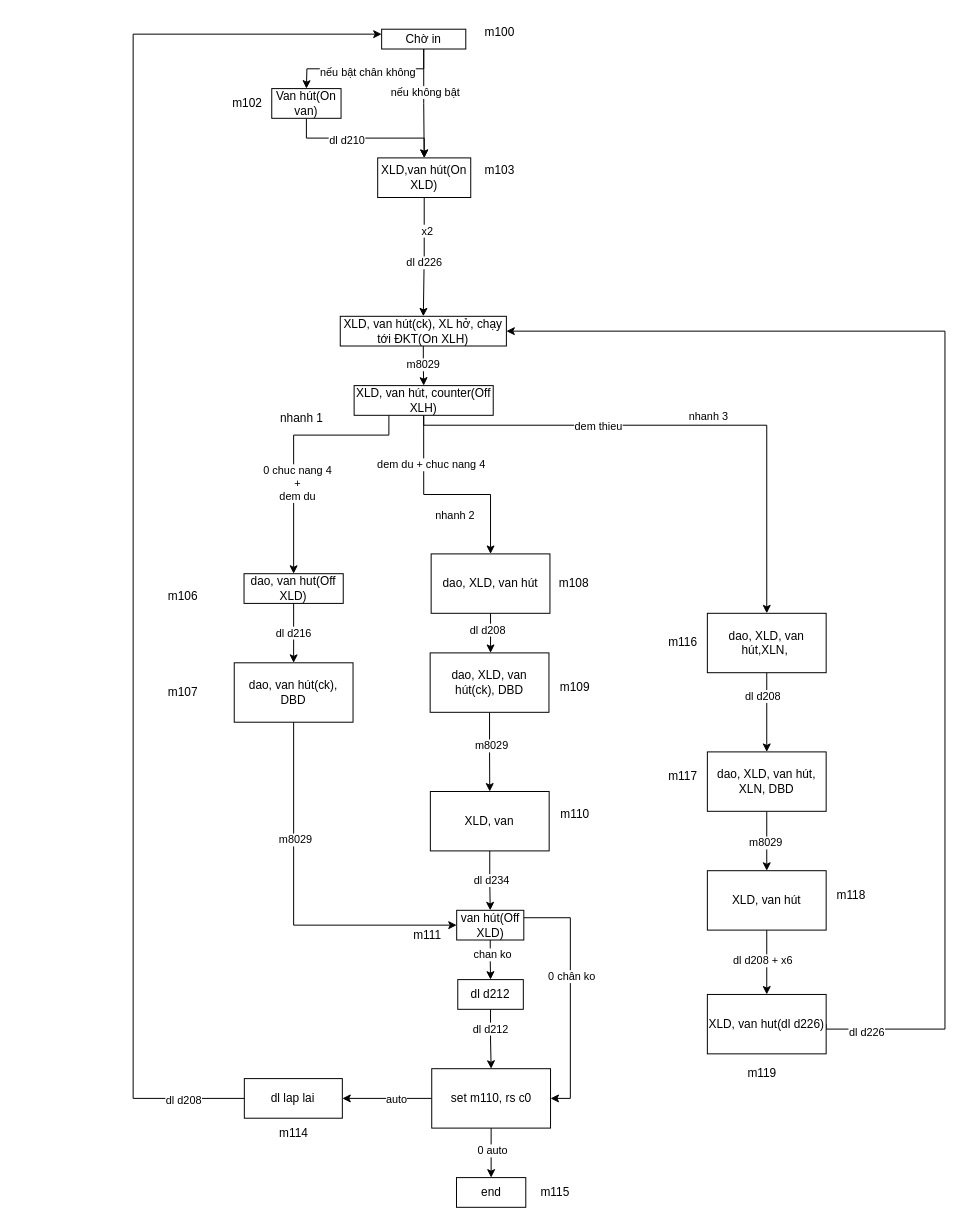
This is trai muc truoc.drawio from robowindgit/a0-quyencun, a draw.io file, before an edit. Source tidied: cells renumbered, new cells numbered last; positions are measured from the earlier drawing's top-left corner, leaving out a move shared by most shapes. Both pictures are drawn from the tidied source at 99%, with x=0, y=0 at pixel (133, 17).
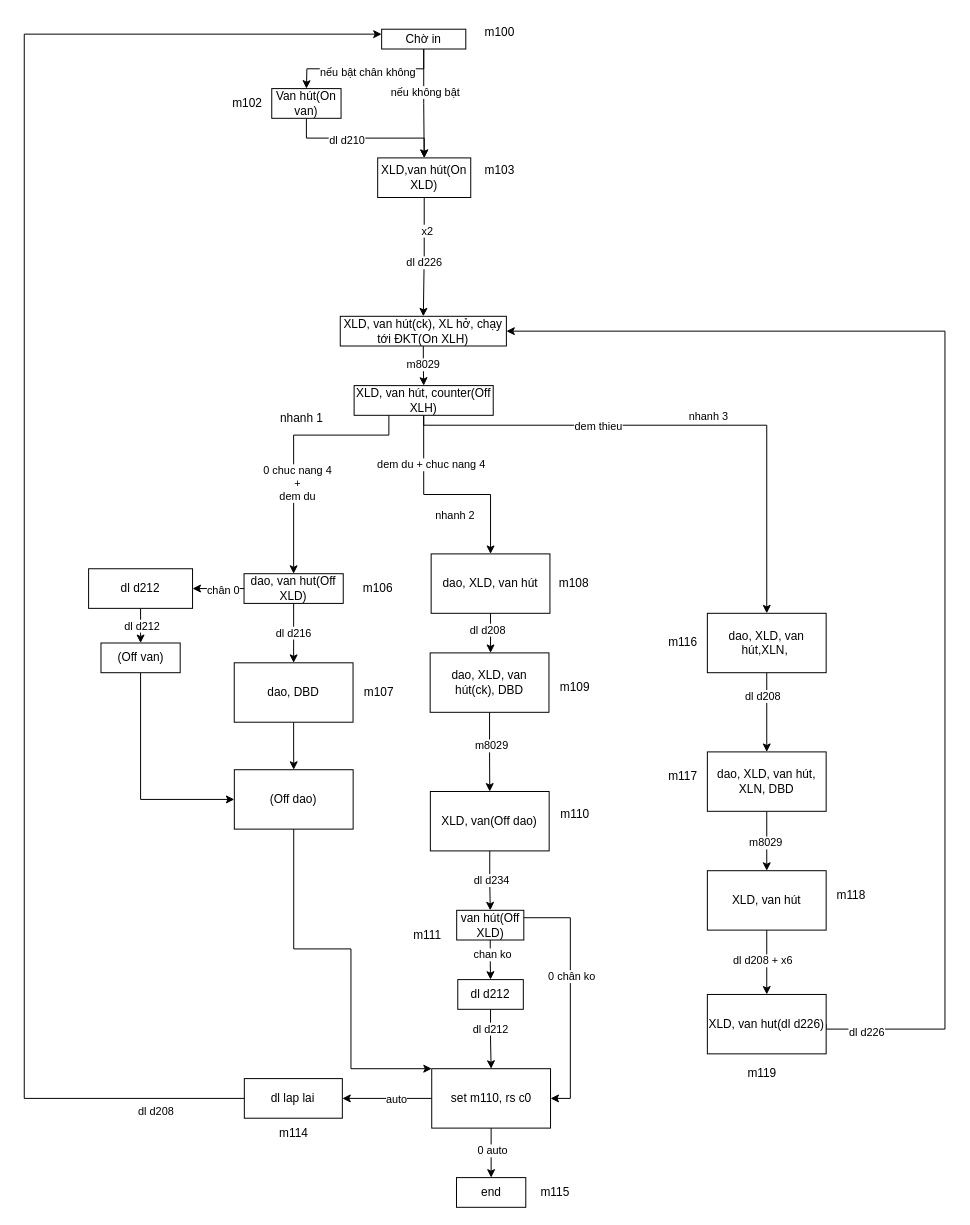
The same page after the edit.

Commit message:
Cập nhật trai muc truoc.drawio

The change refers to these unchanged cells:
```xml
<mxCell id="7" value="Chờ in" style="rounded=0;whiteSpace=wrap;html=1;" parent="1" vertex="1">
  <mxGeometry x="251" y="12" width="85" height="20" as="geometry" />
</mxCell>
<mxCell id="27" value="dao, van hut(Off XLD)" style="whiteSpace=wrap;html=1;" parent="1" vertex="1">
  <mxGeometry x="112" y="562" width="100.2" height="30" as="geometry" />
</mxCell>
<mxCell id="45" value="van hút(Off XLD)" style="whiteSpace=wrap;html=1;" parent="1" vertex="1">
  <mxGeometry x="326.8" y="902" width="67.8" height="30" as="geometry" />
</mxCell>
<mxCell id="50" value="set m110, rs c0" style="whiteSpace=wrap;html=1;" parent="1" vertex="1">
  <mxGeometry x="301.6" y="1062" width="120" height="60" as="geometry" />
</mxCell>
<mxCell id="76" value="dl lap lai" style="whiteSpace=wrap;html=1;" parent="1" vertex="1">
  <mxGeometry x="112.3" y="1072" width="99" height="40" as="geometry" />
</mxCell>
```

Diff of the diagram source:
```diff
@@
+    <mxCell id="86" style="edgeStyle=orthogonalEdgeStyle;rounded=0;jettySize=auto;html=1;exitX=0;exitY=0.5;exitDx=0;exitDy=0;entryX=1;entryY=0.5;entryDx=0;entryDy=0;" parent="1" edge="1" source="27" target="93">
+      <mxGeometry relative="1" as="geometry" />
+    </mxCell>
+    <mxCell id="87" value="chân 0" style="edgeLabel;html=1;align=center;verticalAlign=middle;" parent="86" vertex="1">
+      <mxGeometry x="-0.16" y="1" relative="1" as="geometry" />
+    </mxCell>
@@
-    <mxCell id="29" style="edgeStyle=orthogonalEdgeStyle;rounded=0;jettySize=auto;html=1;exitX=0.5;exitY=1;exitDx=0;exitDy=0;entryX=0;entryY=0.5;entryDx=0;entryDy=0;" parent="1" edge="1" source="31" target="45">
-      <mxGeometry relative="1" as="geometry" />
-    </mxCell>
-    <mxCell id="30" value="m8029" style="edgeLabel;html=1;align=center;verticalAlign=middle;" parent="29" vertex="1">
-      <mxGeometry x="-0.36" y="1" relative="1" as="geometry" />
-    </mxCell>
+    <mxCell id="88" style="edgeStyle=orthogonalEdgeStyle;rounded=0;jettySize=auto;html=1;exitX=0.5;exitY=1;exitDx=0;exitDy=0;entryX=0.5;entryY=0;entryDx=0;entryDy=0;" parent="1" edge="1" source="31" target="90">
+      <mxGeometry relative="1" as="geometry" />
+    </mxCell>
-    <mxCell id="31" value="dao, van hút(ck), DBD" style="whiteSpace=wrap;html=1;" parent="1" vertex="1">
+    <mxCell id="31" value="dao, DBD" style="whiteSpace=wrap;html=1;" parent="1" vertex="1">
       <mxGeometry x="102.1" y="652" width="120" height="60" as="geometry" />
     </mxCell>
@@
-    <mxCell id="40" value="XLD, van" style="whiteSpace=wrap;html=1;" parent="1" vertex="1">
+    <mxCell id="40" value="XLD, van(Off dao)" style="whiteSpace=wrap;html=1;" parent="1" vertex="1">
       <mxGeometry x="300.2" y="782" width="120" height="60" as="geometry" />
     </mxCell>
@@
     <mxCell id="67" value="m106" style="text;html=1;align=center;verticalAlign=middle;strokeColor=none;fillColor=none;" parent="1" vertex="1">
-      <mxGeometry x="25" y="570" width="50" height="30" as="geometry" />
+      <mxGeometry x="222.1" y="562" width="50" height="30" as="geometry" />
     </mxCell>
     <mxCell id="68" value="m107" style="text;html=1;align=center;verticalAlign=middle;strokeColor=none;fillColor=none;" parent="1" vertex="1">
-      <mxGeometry x="25" y="667" width="50" height="30" as="geometry" />
+      <mxGeometry x="223.2" y="667" width="50" height="30" as="geometry" />
     </mxCell>
@@
     <mxCell id="74" style="edgeStyle=orthogonalEdgeStyle;rounded=0;jettySize=auto;html=1;exitX=0;exitY=0.5;exitDx=0;exitDy=0;entryX=0;entryY=0.25;entryDx=0;entryDy=0;" parent="1" edge="1" source="76" target="7">
       <mxGeometry relative="1" as="geometry">
         <Array as="points">
-          <mxPoint y="1092" />
-          <mxPoint y="17" />
+          <mxPoint x="-110" y="1092" />
+          <mxPoint x="-110" y="17" />
         </Array>
       </mxGeometry>
     </mxCell>
@@
+    <mxCell id="89" style="edgeStyle=orthogonalEdgeStyle;rounded=0;jettySize=auto;html=1;exitX=0.5;exitY=1;exitDx=0;exitDy=0;entryX=0;entryY=0;entryDx=0;entryDy=0;" parent="1" edge="1" source="90" target="50">
+      <mxGeometry relative="1" as="geometry">
+        <Array as="points">
+          <mxPoint x="162" y="941" />
+          <mxPoint x="220" y="941" />
+          <mxPoint x="220" y="1062" />
+        </Array>
+      </mxGeometry>
+    </mxCell>
+    <mxCell id="90" value="(Off dao)" style="whiteSpace=wrap;html=1;" parent="1" vertex="1">
+      <mxGeometry x="102.2" y="760" width="120" height="60" as="geometry" />
+    </mxCell>
+    <mxCell id="91" style="edgeStyle=orthogonalEdgeStyle;rounded=0;jettySize=auto;html=1;exitX=0.5;exitY=1;exitDx=0;exitDy=0;entryX=0.5;entryY=0;entryDx=0;entryDy=0;" parent="1" edge="1" source="93" target="95">
+      <mxGeometry relative="1" as="geometry" />
+    </mxCell>
+    <mxCell id="92" value="dl d212" style="edgeLabel;html=1;align=center;verticalAlign=middle;" parent="91" vertex="1">
+      <mxGeometry x="-0.05" y="1" relative="1" as="geometry" />
+    </mxCell>
+    <mxCell id="93" value="dl d212" style="whiteSpace=wrap;html=1;" parent="1" vertex="1">
+      <mxGeometry x="-45" y="557" width="105" height="40" as="geometry" />
+    </mxCell>
+    <mxCell id="94" style="edgeStyle=orthogonalEdgeStyle;rounded=0;jettySize=auto;html=1;exitX=0.5;exitY=1;exitDx=0;exitDy=0;entryX=0;entryY=0.5;entryDx=0;entryDy=0;" parent="1" edge="1" source="95" target="90">
+      <mxGeometry relative="1" as="geometry" />
+    </mxCell>
+    <mxCell id="95" value="(Off van)" style="whiteSpace=wrap;html=1;" parent="1" vertex="1">
+      <mxGeometry x="-32.5" y="632" width="80" height="30" as="geometry" />
+    </mxCell>
```
